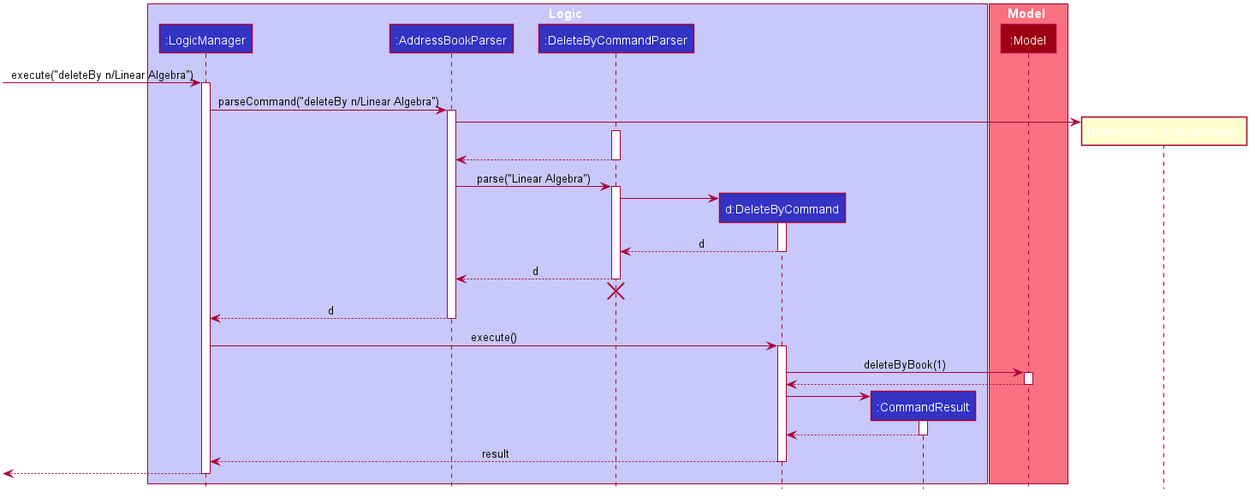
The PlantUML diagram docs/images/DeleteBySequenceDiagram.png in richardcom/tp, before a commit. The source it was exported from:
```plantuml
@startuml








skinparam BackgroundColor #FFFFFFF

skinparam Shadowing false

skinparam Class {
    FontColor #FFFFFF
    BorderThickness 1
    BorderColor #FFFFFF
    StereotypeFontColor #FFFFFF
    FontName Arial
}

skinparam Actor {
    BorderColor #000000
    Color #000000
    FontName Arial
}

skinparam Sequence {
    MessageAlign center
    BoxFontSize 15
    BoxPadding 0
    BoxFontColor #FFFFFF
    FontName Arial
}

skinparam Participant {
    FontColor #FFFFFFF
    Padding 20
}

skinparam MinClassWidth 50
skinparam ParticipantPadding 10
skinparam Shadowing false
skinparam DefaultTextAlignment center
skinparam packageStyle Rectangle

hide footbox
hide members
hide circle

box Logic #C8C8FA
participant ":LogicManager" as LogicManager #3333C4
participant ":AddressBookParser" as AddressBookParser #3333C4
participant ":DeleteByCommandParser" as DeleteByCommandParser #3333C4
participant "d:DeleteByCommand" as DeleteByCommand #3333C4
participant ":CommandResult" as CommandResult #3333C4
end box

box Model #F97181
participant ":Model" as Model #9D0012
end box

[-> LogicManager : execute("deleteBy n/Linear Algebra")
activate LogicManager

LogicManager -> AddressBookParser : parseCommand("deleteBy n/Linear Algebra")
activate AddressBookParser

create DeleteByByCommandParser
AddressBookParser -> DeleteByByCommandParser
activate DeleteByCommandParser

DeleteByCommandParser --> AddressBookParser
deactivate DeleteByCommandParser

AddressBookParser -> DeleteByCommandParser : parse("Linear Algebra")
activate DeleteByCommandParser

create DeleteByCommand
DeleteByCommandParser -> DeleteByCommand
activate DeleteByCommand

DeleteByCommand --> DeleteByCommandParser : d
deactivate DeleteByCommand

DeleteByCommandParser --> AddressBookParser : d
deactivate DeleteByCommandParser
DeleteByCommandParser -[hidden]-> AddressBookParser
destroy DeleteByCommandParser

AddressBookParser --> LogicManager : d
deactivate AddressBookParser

LogicManager -> DeleteByCommand : execute()
activate DeleteByCommand

DeleteByCommand -> Model : deleteByBook(1)
activate Model

Model --> DeleteByCommand
deactivate Model

create CommandResult
DeleteByCommand -> CommandResult
activate CommandResult

CommandResult --> DeleteByCommand
deactivate CommandResult

DeleteByCommand --> LogicManager : result
deactivate DeleteByCommand

[<--LogicManager
deactivate LogicManager
@enduml
```
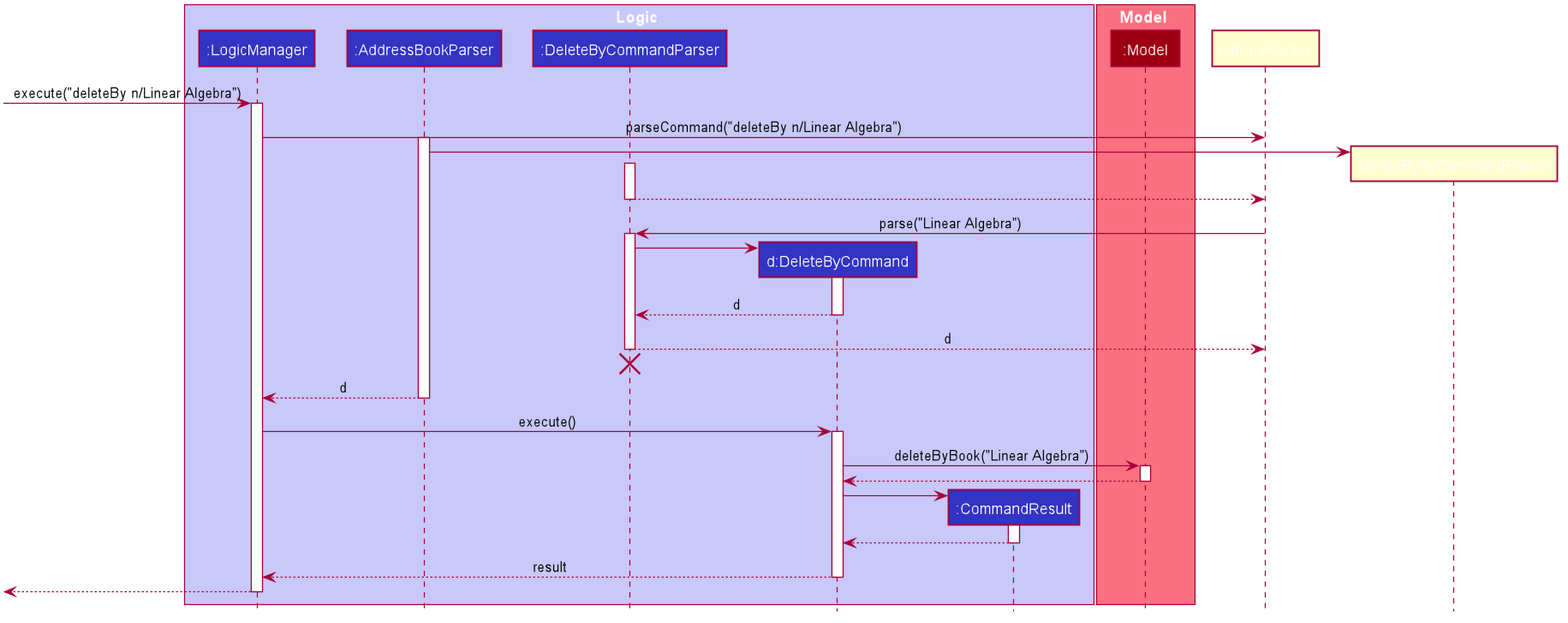
The same diagram one commit later.

Commit message:
Update DeleteBy command diagram

Diff of the diagram source:
```diff
@@ -63,17 +63,17 @@
 [-> LogicManager : execute("deleteBy n/Linear Algebra")
 activate LogicManager
 
-LogicManager -> AddressBookParser : parseCommand("deleteBy n/Linear Algebra")
+LogicManager -> LibraryParser : parseCommand("deleteBy n/Linear Algebra")
 activate AddressBookParser
 
 create DeleteByByCommandParser
 AddressBookParser -> DeleteByByCommandParser
 activate DeleteByCommandParser
 
-DeleteByCommandParser --> AddressBookParser
+DeleteByCommandParser --> LibraryParser
 deactivate DeleteByCommandParser
 
-AddressBookParser -> DeleteByCommandParser : parse("Linear Algebra")
+LibraryParser -> DeleteByCommandParser : parse("Linear Algebra")
 activate DeleteByCommandParser
 
 create DeleteByCommand
@@ -83,7 +83,7 @@
 DeleteByCommand --> DeleteByCommandParser : d
 deactivate DeleteByCommand
 
-DeleteByCommandParser --> AddressBookParser : d
+DeleteByCommandParser --> LibraryParser : d
 deactivate DeleteByCommandParser
 DeleteByCommandParser -[hidden]-> AddressBookParser
 destroy DeleteByCommandParser
@@ -94,7 +94,7 @@
 LogicManager -> DeleteByCommand : execute()
 activate DeleteByCommand
 
-DeleteByCommand -> Model : deleteByBook(1)
+DeleteByCommand -> Model : deleteByBook("Linear Algebra")
 activate Model
 
 Model --> DeleteByCommand
```
